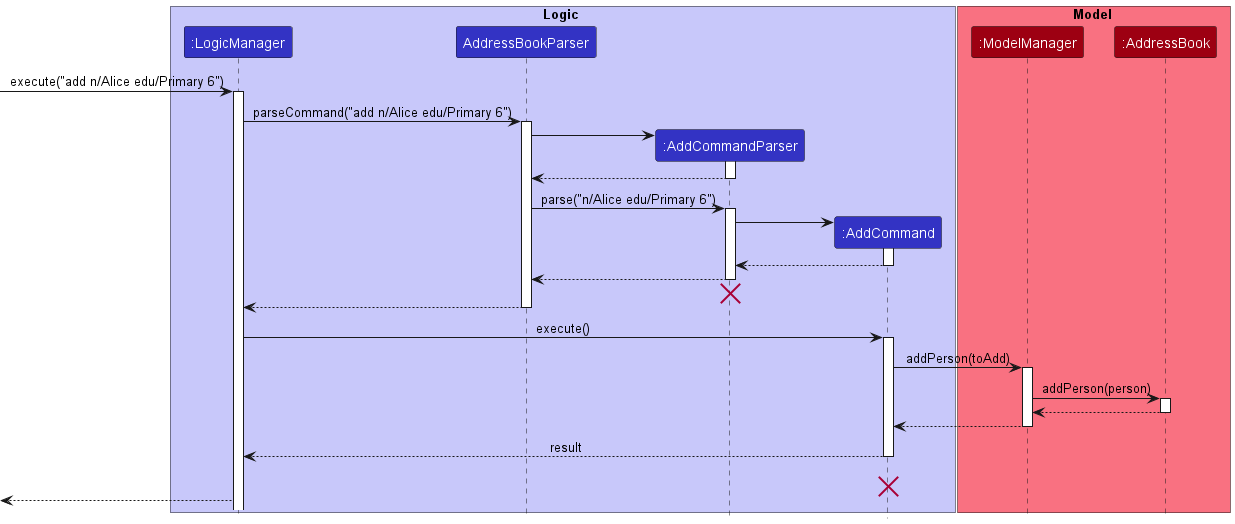
Before: docs/images/AddSequenceDiagram.png, a diagram exported from PlantUML (nus-cs2103-AY2223S2/tp).
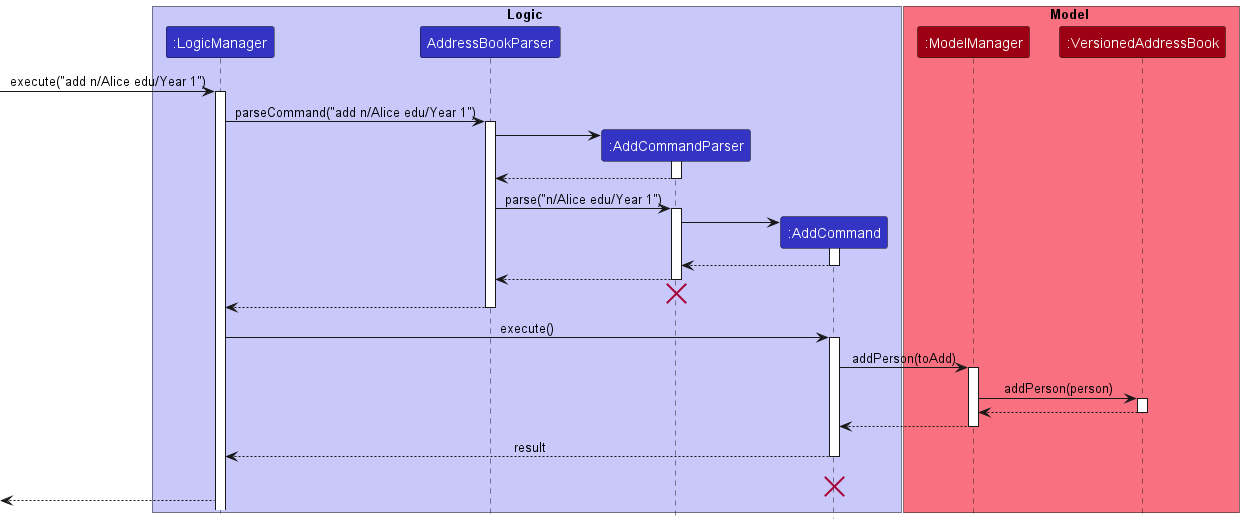
The same diagram one commit later.

Change to the diagram source:
```diff
@@ -10,12 +10,12 @@
 
 box Model MODEL_COLOR_T1
 participant ":ModelManager" as ModelManager MODEL_COLOR
-participant ":AddressBook" as AddressBook MODEL_COLOR
+participant ":VersionedAddressBook" as VersionedAddressBook MODEL_COLOR
 end box
-[-> LogicManager : execute("add n/Alice edu/Primary 6")
+[-> LogicManager : execute("add n/Alice edu/Year 1")
 activate LogicManager
 
-LogicManager -> AddressBookParser : parseCommand("add n/Alice edu/Primary 6")
+LogicManager -> AddressBookParser : parseCommand("add n/Alice edu/Year 1")
 activate AddressBookParser
 
 create AddCommandParser
@@ -25,7 +25,7 @@
 AddCommandParser --> AddressBookParser
 deactivate AddCommandParser
 
-AddressBookParser -> AddCommandParser : parse("n/Alice edu/Primary 6")
+AddressBookParser -> AddCommandParser : parse("n/Alice edu/Year 1")
 activate AddCommandParser
 
 create AddCommand
@@ -49,10 +49,10 @@
 AddCommand -> ModelManager : addPerson(toAdd)
 activate ModelManager
 
-ModelManager -> AddressBook : addPerson(person)
-activate AddressBook
-AddressBook --> ModelManager
-deactivate AddressBook
+ModelManager -> VersionedAddressBook : addPerson(person)
+activate VersionedAddressBook
+VersionedAddressBook --> ModelManager
+deactivate VersionedAddressBook
 
 ModelManager --> AddCommand
 deactivate ModelManager
```
